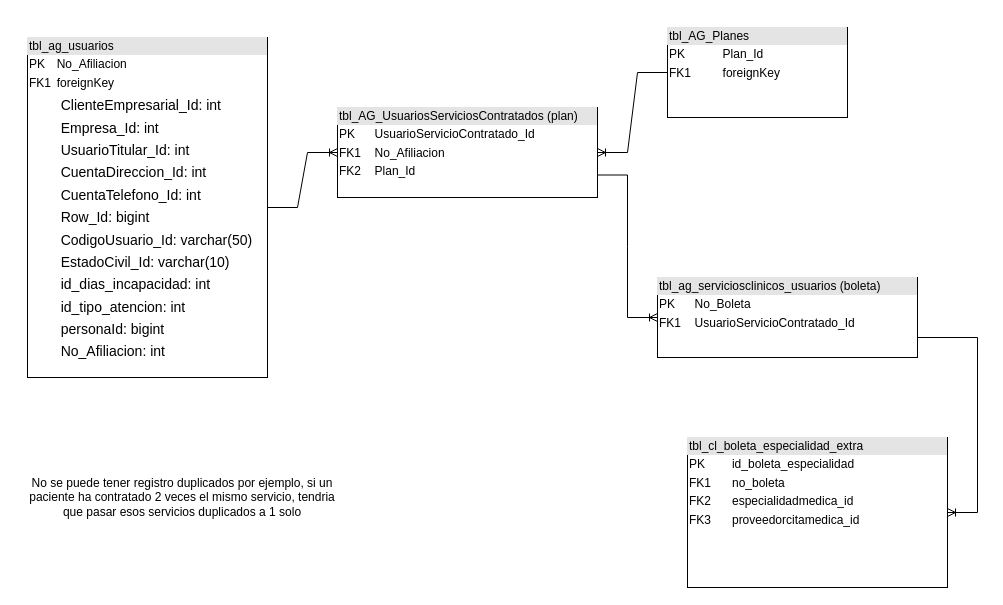
rsosa02/sam-docs keeps this draw.io diagram as page "db_clinica-sosa" (1 of 2) of Diagrama sin título.drawio. Above is the earlier version. Source tidied: cells renumbered, new cells numbered last; positions are measured from the earlier drawing's top-left corner, leaving out a move shared by most shapes. Both pictures are drawn from the tidied source at 100%, with x=0, y=0 at pixel (17, 27).
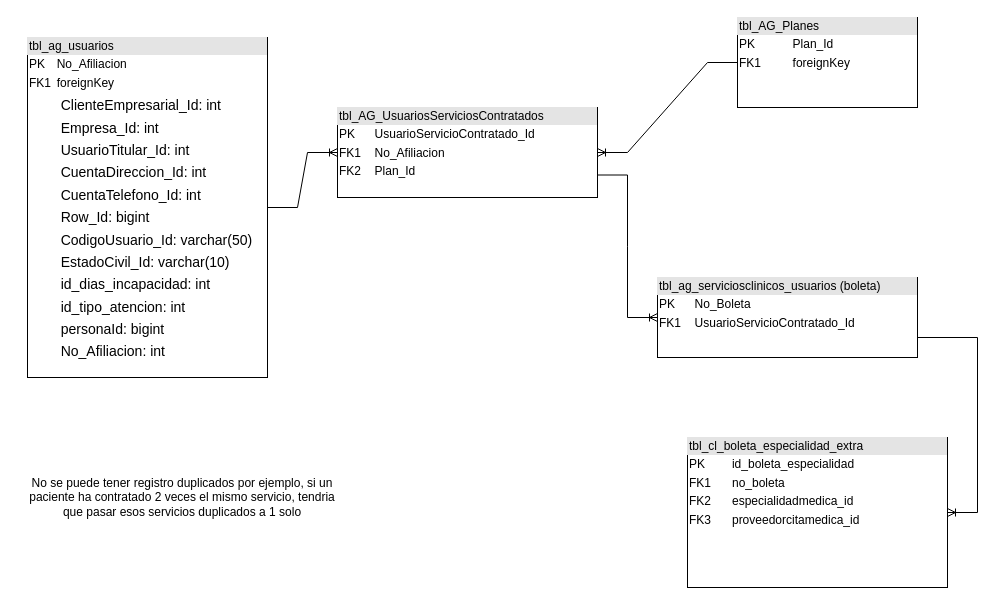
Above is the later version.

What changed in the source:
```diff
@@
 <mxGraphModel>
   <root>
     <mxCell id="0" />
     <mxCell id="1" parent="0" />
-    <mxCell id="2" value="&lt;div style=&quot;box-sizing:border-box;width:100%;background:#e4e4e4;padding:2px;&quot;&gt;tbl_AG_UsuariosServiciosContratados (plan)&lt;/div&gt;&lt;table style=&quot;width:100%;font-size:1em;&quot; cellpadding=&quot;2&quot; cellspacing=&quot;0&quot;&gt;&lt;tbody&gt;&lt;tr&gt;&lt;td&gt;PK&lt;/td&gt;&lt;td&gt;UsuarioServicioContratado_Id&lt;/td&gt;&lt;/tr&gt;&lt;tr&gt;&lt;td&gt;FK1&lt;/td&gt;&lt;td&gt;No_Afiliacion&lt;/td&gt;&lt;/tr&gt;&lt;tr&gt;&lt;td&gt;FK2&lt;/td&gt;&lt;td&gt;Plan_Id&lt;/td&gt;&lt;/tr&gt;&lt;/tbody&gt;&lt;/table&gt;" style="verticalAlign=top;align=left;overflow=fill;html=1;" parent="1" vertex="1">
+    <mxCell id="2" value="&lt;div style=&quot;box-sizing:border-box;width:100%;background:#e4e4e4;padding:2px;&quot;&gt;tbl_AG_UsuariosServiciosContratados&lt;/div&gt;&lt;table style=&quot;width:100%;font-size:1em;&quot; cellpadding=&quot;2&quot; cellspacing=&quot;0&quot;&gt;&lt;tbody&gt;&lt;tr&gt;&lt;td&gt;PK&lt;/td&gt;&lt;td&gt;UsuarioServicioContratado_Id&lt;/td&gt;&lt;/tr&gt;&lt;tr&gt;&lt;td&gt;FK1&lt;/td&gt;&lt;td&gt;No_Afiliacion&lt;/td&gt;&lt;/tr&gt;&lt;tr&gt;&lt;td&gt;FK2&lt;/td&gt;&lt;td&gt;Plan_Id&lt;/td&gt;&lt;/tr&gt;&lt;/tbody&gt;&lt;/table&gt;" style="verticalAlign=top;align=left;overflow=fill;html=1;" parent="1" vertex="1">
       <mxGeometry x="320" y="80" width="260" height="90" as="geometry" />
     </mxCell>
     <mxCell id="3" value="&lt;div style=&quot;box-sizing:border-box;width:100%;background:#e4e4e4;padding:2px;&quot;&gt;tbl_ag_usuarios&lt;/div&gt;&lt;table style=&quot;width:100%;font-size:1em;&quot; cellpadding=&quot;2&quot; cellspacing=&quot;0&quot;&gt;&lt;tbody&gt;&lt;tr&gt;&lt;td&gt;PK&lt;/td&gt;&lt;td&gt;No_Afiliacion&lt;/td&gt;&lt;/tr&gt;&lt;tr&gt;&lt;td&gt;FK1&lt;/td&gt;&lt;td&gt;foreignKey&lt;/td&gt;&lt;/tr&gt;&lt;tr&gt;&lt;td&gt;&lt;/td&gt;&lt;td&gt;&lt;p style=&quot;font-size: 14px; margin: 0px 0px 0px 4px; line-height: 1.6;&quot;&gt;ClienteEmpresarial_Id: int&lt;br&gt;Empresa_Id: int&lt;br&gt;UsuarioTitular_Id: int&lt;br&gt;CuentaDireccion_Id: int&lt;br&gt;CuentaTelefono_Id: int&lt;br&gt;Row_Id: bigint&lt;br&gt;CodigoUsuario_Id: varchar(50)&lt;br&gt;EstadoCivil_Id: varchar(10)&lt;br&gt;id_dias_incapacidad: int&lt;br&gt;id_tipo_atencion: int&lt;br&gt;personaId: bigint&lt;br&gt;&lt;/p&gt;&lt;p style=&quot;font-size: 14px; margin: 0px 0px 0px 4px; line-height: 1.6;&quot;&gt;No_Afiliacion: int&lt;/p&gt;&lt;/td&gt;&lt;/tr&gt;&lt;/tbody&gt;&lt;/table&gt;" style="verticalAlign=top;align=left;overflow=fill;html=1;" parent="1" vertex="1">
       <mxGeometry x="10" y="10" width="240" height="340" as="geometry" />
     </mxCell>
     <mxCell id="4" value="&lt;div style=&quot;box-sizing:border-box;width:100%;background:#e4e4e4;padding:2px;&quot;&gt;tbl_cl_boleta_especialidad_extra&lt;/div&gt;&lt;table style=&quot;width:100%;font-size:1em;&quot; cellpadding=&quot;2&quot; cellspacing=&quot;0&quot;&gt;&lt;tbody&gt;&lt;tr&gt;&lt;td&gt;PK&lt;/td&gt;&lt;td&gt;id_boleta_especialidad&lt;/td&gt;&lt;/tr&gt;&lt;tr&gt;&lt;td&gt;FK1&lt;/td&gt;&lt;td&gt;no_boleta&amp;nbsp;&lt;br&gt;&lt;/td&gt;&lt;/tr&gt;&lt;tr&gt;&lt;td&gt;FK2&lt;/td&gt;&lt;td&gt;especialidadmedica_id&lt;br&gt;&lt;/td&gt;&lt;/tr&gt;&lt;tr&gt;&lt;td&gt;FK3&lt;/td&gt;&lt;td&gt;proveedorcitamedica_id&lt;br&gt;&lt;/td&gt;&lt;/tr&gt;&lt;/tbody&gt;&lt;/table&gt;" style="verticalAlign=top;align=left;overflow=fill;html=1;" parent="1" vertex="1">
       <mxGeometry x="670" y="410" width="260" height="150" as="geometry" />
     </mxCell>
     <mxCell id="5" value="&lt;div style=&quot;box-sizing:border-box;width:100%;background:#e4e4e4;padding:2px;&quot;&gt;tbl_ag_serviciosclinicos_usuarios (boleta)&lt;/div&gt;&lt;table style=&quot;width:100%;font-size:1em;&quot; cellpadding=&quot;2&quot; cellspacing=&quot;0&quot;&gt;&lt;tbody&gt;&lt;tr&gt;&lt;td&gt;PK&lt;/td&gt;&lt;td&gt;No_Boleta&lt;/td&gt;&lt;/tr&gt;&lt;tr&gt;&lt;td&gt;FK1&lt;/td&gt;&lt;td&gt;UsuarioServicioContratado_Id&lt;/td&gt;&lt;/tr&gt;&lt;tr&gt;&lt;td&gt;&lt;/td&gt;&lt;td&gt;&lt;br&gt;&lt;/td&gt;&lt;/tr&gt;&lt;/tbody&gt;&lt;/table&gt;" style="verticalAlign=top;align=left;overflow=fill;html=1;" parent="1" vertex="1">
       <mxGeometry x="640" y="250" width="260" height="80" as="geometry" />
     </mxCell>
     <mxCell id="6" value="&lt;div style=&quot;box-sizing:border-box;width:100%;background:#e4e4e4;padding:2px;&quot;&gt;tbl_AG_Planes&lt;/div&gt;&lt;table style=&quot;width:100%;font-size:1em;&quot; cellpadding=&quot;2&quot; cellspacing=&quot;0&quot;&gt;&lt;tbody&gt;&lt;tr&gt;&lt;td&gt;PK&lt;/td&gt;&lt;td&gt;Plan_Id&lt;/td&gt;&lt;/tr&gt;&lt;tr&gt;&lt;td&gt;FK1&lt;/td&gt;&lt;td&gt;foreignKey&lt;/td&gt;&lt;/tr&gt;&lt;tr&gt;&lt;td&gt;&lt;/td&gt;&lt;td&gt;&lt;br&gt;&lt;/td&gt;&lt;/tr&gt;&lt;/tbody&gt;&lt;/table&gt;" style="verticalAlign=top;align=left;overflow=fill;html=1;" parent="1" vertex="1">
-      <mxGeometry x="650" width="180" height="90" as="geometry" />
+      <mxGeometry x="720" y="-10" width="180" height="90" as="geometry" />
     </mxCell>
     <mxCell id="7" style="edgeStyle=entityRelationEdgeStyle;fontSize=12;html=1;endArrow=ERoneToMany;rounded=0;fontFamily=Helvetica;exitX=1;exitY=0.5;exitDx=0;exitDy=0;" parent="1" edge="1" source="3" target="2">
       <mxGeometry relative="1" as="geometry" />
     </mxCell>
     <mxCell id="8" style="edgeStyle=entityRelationEdgeStyle;fontSize=12;html=1;endArrow=ERoneToMany;rounded=0;fontFamily=Helvetica;exitX=0;exitY=0.5;exitDx=0;exitDy=0;entryX=1;entryY=0.5;entryDx=0;entryDy=0;" parent="1" edge="1" source="6" target="2">
       <mxGeometry relative="1" as="geometry" />
     </mxCell>
     <mxCell id="9" style="edgeStyle=entityRelationEdgeStyle;fontSize=12;html=1;endArrow=ERoneToMany;rounded=0;fontFamily=Helvetica;entryX=0;entryY=0.5;entryDx=0;entryDy=0;exitX=1;exitY=0.75;exitDx=0;exitDy=0;" parent="1" edge="1" source="2" target="5">
       <mxGeometry relative="1" as="geometry" />
     </mxCell>
     <mxCell id="10" style="edgeStyle=entityRelationEdgeStyle;fontSize=12;html=1;endArrow=ERoneToMany;rounded=0;fontFamily=Helvetica;exitX=1;exitY=0.75;exitDx=0;exitDy=0;" parent="1" edge="1" source="5" target="4">
       <mxGeometry relative="1" as="geometry" />
     </mxCell>
     <mxCell id="11" value="&lt;span style=&quot;&quot;&gt;No se puede tener registro duplicados por ejemplo, si un paciente ha contratado 2 veces el mismo servicio, tendria que pasar esos servicios duplicados a 1 solo&lt;/span&gt;" style="text;html=1;strokeColor=none;fillColor=none;align=center;verticalAlign=middle;whiteSpace=wrap;rounded=0;labelBackgroundColor=#FFFFFF;" parent="1" vertex="1">
       <mxGeometry y="440" width="330" height="60" as="geometry" />
     </mxCell>
   </root>
 </mxGraphModel>
```
